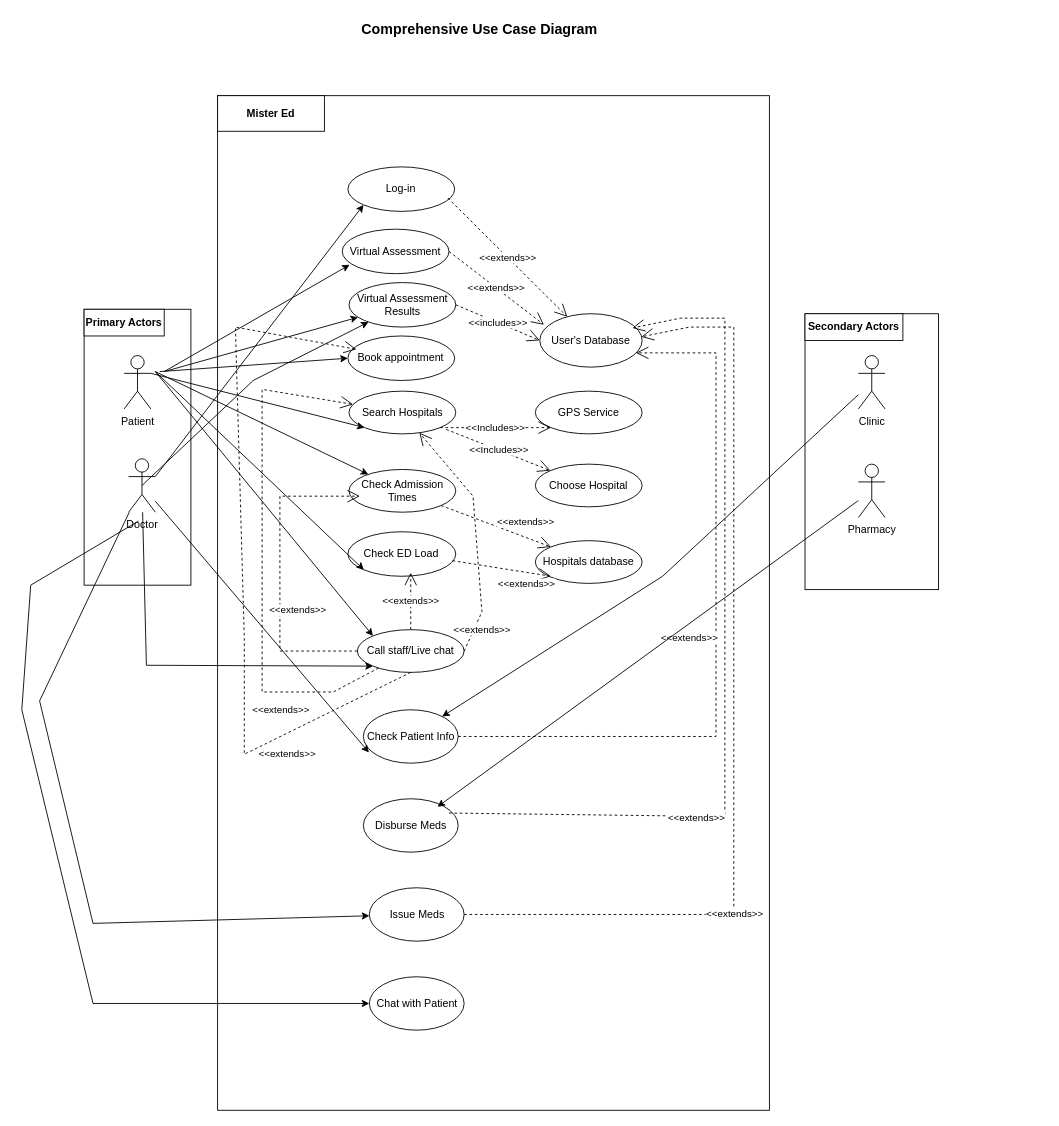
This is UC_03.drawio from SENG-350-2024-fall/Team-6, a draw.io file, before an edit. Source tidied: cells renumbered, new cells numbered last; positions are measured from the earlier drawing's top-left corner, leaving out a move shared by most shapes. Both pictures are drawn from the tidied source at 89%, with x=0, y=0 at pixel (21, 15).
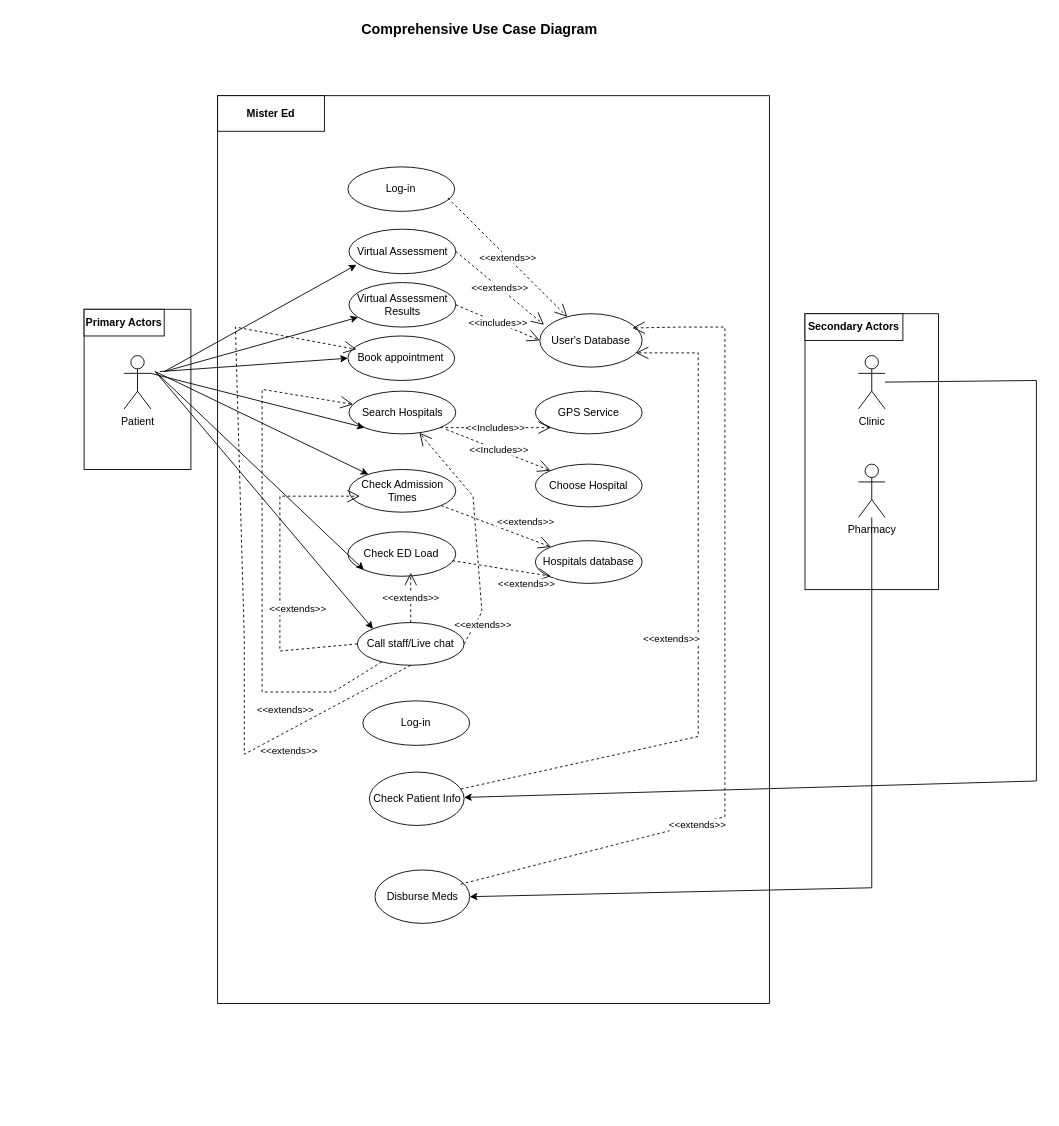
After the change.

Unchanged cells that the change refers to:
```xml
<mxCell id="26" value="Log-in" style="ellipse;whiteSpace=wrap;html=1;" parent="1" vertex="1">
  <mxGeometry x="366.4" y="170" width="120" height="50" as="geometry" />
</mxCell>
<mxCell id="27" value="User's Database" style="ellipse;whiteSpace=wrap;html=1;" parent="1" vertex="1">
  <mxGeometry x="582" y="335" width="115" height="60" as="geometry" />
</mxCell>
<mxCell id="36" value="Clinic" style="shape=umlActor;verticalLabelPosition=bottom;verticalAlign=top;html=1;outlineConnect=0;" parent="1" vertex="1">
  <mxGeometry x="940" y="382" width="30" height="60" as="geometry" />
</mxCell>
<mxCell id="37" value="Pharmacy" style="shape=umlActor;verticalLabelPosition=bottom;verticalAlign=top;html=1;outlineConnect=0;" parent="1" vertex="1">
  <mxGeometry x="940" y="504" width="30" height="60" as="geometry" />
</mxCell>
<mxCell id="55" value="Virtual Assessment Results" style="ellipse;whiteSpace=wrap;html=1;" parent="1" vertex="1">
  <mxGeometry x="367.6" y="300" width="120" height="50" as="geometry" />
</mxCell>
```

Change to the diagram source:
```diff
@@
     <mxCell id="2" style="rounded=0;whiteSpace=wrap;html=1;" parent="1" vertex="1">
-      <mxGeometry x="70" y="330" width="120" height="310" as="geometry" />
+      <mxGeometry x="70" y="330" width="120" height="180" as="geometry" />
     </mxCell>
@@
     <mxCell id="5" style="rounded=0;whiteSpace=wrap;html=1;" parent="1" vertex="1">
-      <mxGeometry x="220" y="90" width="620" height="1140" as="geometry" />
+      <mxGeometry x="220" y="90" width="620" height="1020" as="geometry" />
     </mxCell>
@@
     <mxCell id="13" value="Call staff/Live chat" style="ellipse;whiteSpace=wrap;html=1;" parent="1" vertex="1">
-      <mxGeometry x="377" y="690" width="120" height="48" as="geometry" />
+      <mxGeometry x="377" y="682" width="120" height="48" as="geometry" />
     </mxCell>
@@
-    <mxCell id="30" value="Doctor" style="shape=umlActor;verticalLabelPosition=bottom;verticalAlign=top;html=1;outlineConnect=0;" parent="1" vertex="1">
-      <mxGeometry x="120" y="498" width="30" height="60" as="geometry" />
-    </mxCell>
-    <mxCell id="31" style="endArrow=classic;html=1;rounded=0;entryX=0;entryY=1;entryDx=0;entryDy=0;exitX=1;exitY=0.3333333333333333;exitDx=0;exitDy=0;exitPerimeter=0;" parent="1" edge="1" source="30" target="26">
-      <mxGeometry relative="1" as="geometry" />
-    </mxCell>
-    <mxCell id="32" style="endArrow=classic;html=1;rounded=0;entryX=0;entryY=1;entryDx=0;entryDy=0;" parent="1" edge="1" source="30" target="13">
-      <mxGeometry relative="1" as="geometry">
-        <Array as="points">
-          <mxPoint x="140" y="730" />
-        </Array>
-      </mxGeometry>
-    </mxCell>
@@
     <mxCell id="38" value="Check Patient Info" style="ellipse;whiteSpace=wrap;html=1;" parent="1" vertex="1">
-      <mxGeometry x="383.8" y="780" width="106.5" height="60" as="geometry" />
+      <mxGeometry x="390.5" y="850" width="106.5" height="60" as="geometry" />
     </mxCell>
     <mxCell id="39" value="Disburse Meds" style="ellipse;whiteSpace=wrap;html=1;" parent="1" vertex="1">
-      <mxGeometry x="383.8" y="880" width="106.5" height="60" as="geometry" />
+      <mxGeometry x="396.8" y="960" width="106.5" height="60" as="geometry" />
     </mxCell>
-    <mxCell id="40" style="endArrow=classic;html=1;rounded=0;entryX=0.059;entryY=0.8;entryDx=0;entryDy=0;entryPerimeter=0;" parent="1" edge="1" source="30" target="38">
-      <mxGeometry relative="1" as="geometry" />
-    </mxCell>
-    <mxCell id="41" value="&amp;lt;&amp;lt;extends&amp;gt;&amp;gt;" style="endArrow=open;endSize=12;dashed=1;html=1;rounded=0;exitX=1;exitY=0.5;exitDx=0;exitDy=0;entryX=0.939;entryY=0.733;entryDx=0;entryDy=0;entryPerimeter=0;" parent="1" edge="1" source="38" target="27">
+    <mxCell id="41" value="&amp;lt;&amp;lt;extends&amp;gt;&amp;gt;" style="endArrow=open;endSize=12;dashed=1;html=1;rounded=0;entryX=0.939;entryY=0.733;entryDx=0;entryDy=0;entryPerimeter=0;" parent="1" edge="1" source="38" target="27">
       <mxGeometry x="-0.01" y="30" relative="1" as="geometry">
         <Array as="points">
-          <mxPoint x="780" y="810" />
-          <mxPoint x="780" y="379" />
+          <mxPoint x="760" y="810" />
+          <mxPoint x="760" y="379" />
         </Array>
       </mxGeometry>
     </mxCell>
     <mxCell id="42" value="&amp;lt;&amp;lt;extends&amp;gt;&amp;gt;" style="endArrow=open;endSize=12;dashed=1;html=1;rounded=0;exitX=0.904;exitY=0.267;exitDx=0;exitDy=0;entryX=0.904;entryY=0.267;entryDx=0;entryDy=0;entryPerimeter=0;exitPerimeter=0;" parent="1" edge="1" source="39" target="27">
       <mxGeometry x="-0.43" y="-1" relative="1" as="geometry">
         <Array as="points">
           <mxPoint x="790" y="900" />
           <mxPoint x="790" y="389" />
-          <mxPoint x="790" y="340" />
-          <mxPoint x="740" y="340" />
+          <mxPoint x="790" y="350" />
+          <mxPoint x="740" y="350" />
         </Array>
       </mxGeometry>
     </mxCell>
-    <mxCell id="43" style="endArrow=classic;html=1;rounded=0;entryX=0.782;entryY=0.15;entryDx=0;entryDy=0;entryPerimeter=0;" parent="1" edge="1" source="37" target="39">
-      <mxGeometry relative="1" as="geometry" />
+    <mxCell id="43" style="endArrow=classic;html=1;rounded=0;entryX=1;entryY=0.5;entryDx=0;entryDy=0;" parent="1" edge="1" source="37" target="39">
+      <mxGeometry relative="1" as="geometry">
+        <Array as="points">
+          <mxPoint x="955" y="980" />
+        </Array>
+      </mxGeometry>
     </mxCell>
     <mxCell id="44" style="endArrow=classic;html=1;rounded=0;" parent="1" edge="1" source="36" target="38">
       <mxGeometry relative="1" as="geometry">
         <Array as="points">
-          <mxPoint x="720" y="630" />
+          <mxPoint x="1140" y="410" />
+          <mxPoint x="1140" y="860" />
         </Array>
       </mxGeometry>
     </mxCell>
@@
-    <mxCell id="47" value="Issue Meds" style="ellipse;whiteSpace=wrap;html=1;" parent="1" vertex="1">
-      <mxGeometry x="390.5" y="980" width="106.5" height="60" as="geometry" />
-    </mxCell>
-    <mxCell id="48" style="endArrow=classic;html=1;rounded=0;" parent="1" edge="1" source="30" target="47">
-      <mxGeometry relative="1" as="geometry">
-        <Array as="points">
-          <mxPoint x="20" y="770" />
-          <mxPoint x="80" y="1020" />
-        </Array>
-      </mxGeometry>
-    </mxCell>
-    <mxCell id="49" value="&amp;lt;&amp;lt;extends&amp;gt;&amp;gt;" style="endArrow=open;endSize=12;dashed=1;html=1;rounded=0;entryX=0.904;entryY=0.267;entryDx=0;entryDy=0;entryPerimeter=0;" parent="1" edge="1" source="47">
-      <mxGeometry x="-0.43" y="-1" relative="1" as="geometry">
-        <mxPoint x="696" y="361" as="targetPoint" />
-        <Array as="points">
-          <mxPoint x="800" y="1010" />
-          <mxPoint x="800" y="399" />
-          <mxPoint x="800" y="350" />
-          <mxPoint x="750" y="350" />
-        </Array>
-      </mxGeometry>
-    </mxCell>
-    <mxCell id="50" value="Chat with Patient" style="ellipse;whiteSpace=wrap;html=1;" parent="1" vertex="1">
-      <mxGeometry x="390.5" y="1080" width="106.5" height="60" as="geometry" />
-    </mxCell>
-    <mxCell id="51" style="endArrow=classic;html=1;rounded=0;" parent="1" edge="1" target="50">
-      <mxGeometry relative="1" as="geometry">
-        <mxPoint x="131" y="568" as="sourcePoint" />
-        <Array as="points">
-          <mxPoint x="10" y="640" />
-          <mxPoint y="780" />
-          <mxPoint x="80" y="1110" />
-        </Array>
-      </mxGeometry>
-    </mxCell>
     <mxCell id="52" value="Virtual Assessment " style="ellipse;whiteSpace=wrap;html=1;" parent="1" vertex="1">
-      <mxGeometry x="360" y="240" width="120" height="50" as="geometry" />
+      <mxGeometry x="367.6" y="240" width="120" height="50" as="geometry" />
     </mxCell>
@@
-    <mxCell id="58" style="endArrow=classic;html=1;rounded=0;exitX=0.5;exitY=0.5;exitDx=0;exitDy=0;exitPerimeter=0;" parent="1" edge="1" source="30" target="55">
-      <mxGeometry relative="1" as="geometry">
-        <Array as="points">
-          <mxPoint x="260" y="410" />
-        </Array>
-      </mxGeometry>
-    </mxCell>
+    <mxCell id="59" value="Log-in" style="ellipse;whiteSpace=wrap;html=1;" parent="1" vertex="1">
+      <mxGeometry x="383.2" y="770" width="120" height="50" as="geometry" />
+    </mxCell>
```
